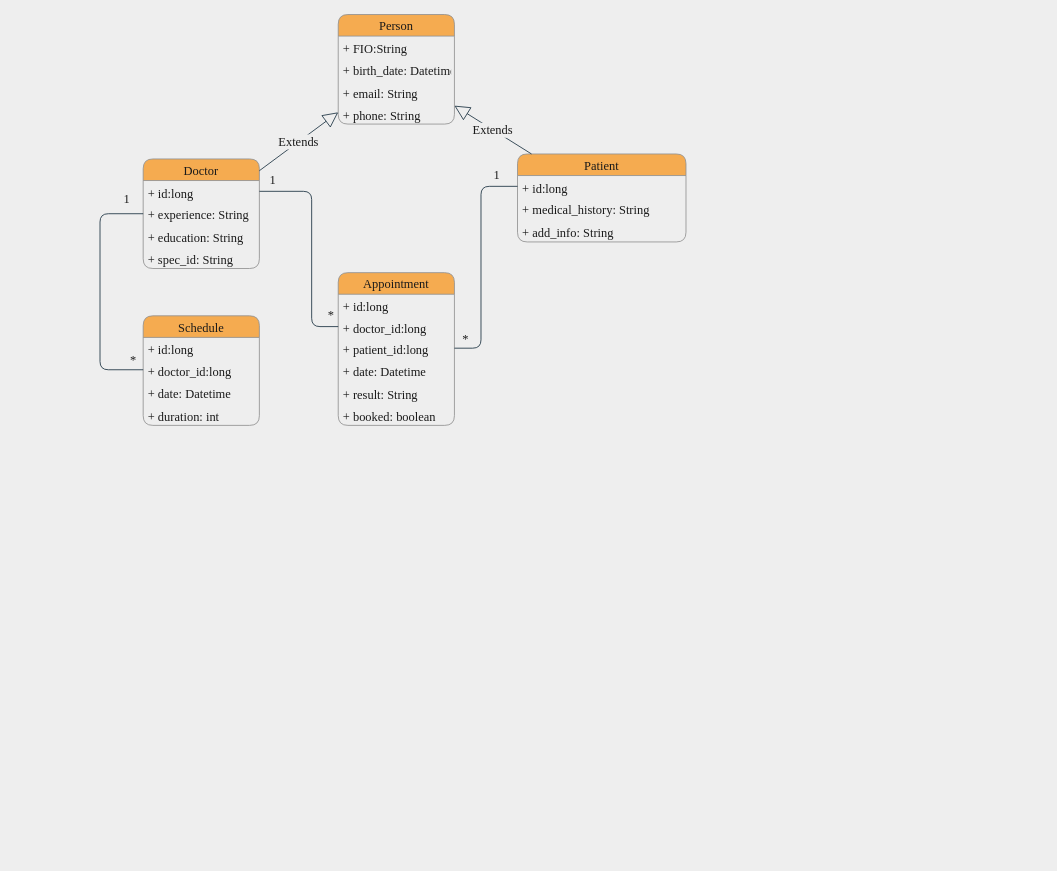
The draw.io diagram data/Diagram.drawio in dima111111/InterSystemsProject, before the edit. Source tidied: cells renumbered, new cells numbered last; positions are measured from the earlier drawing's top-left corner, leaving out a move shared by most shapes. Both pictures are drawn from the tidied source at 83%, with x=0, y=0 at pixel (100, 14).
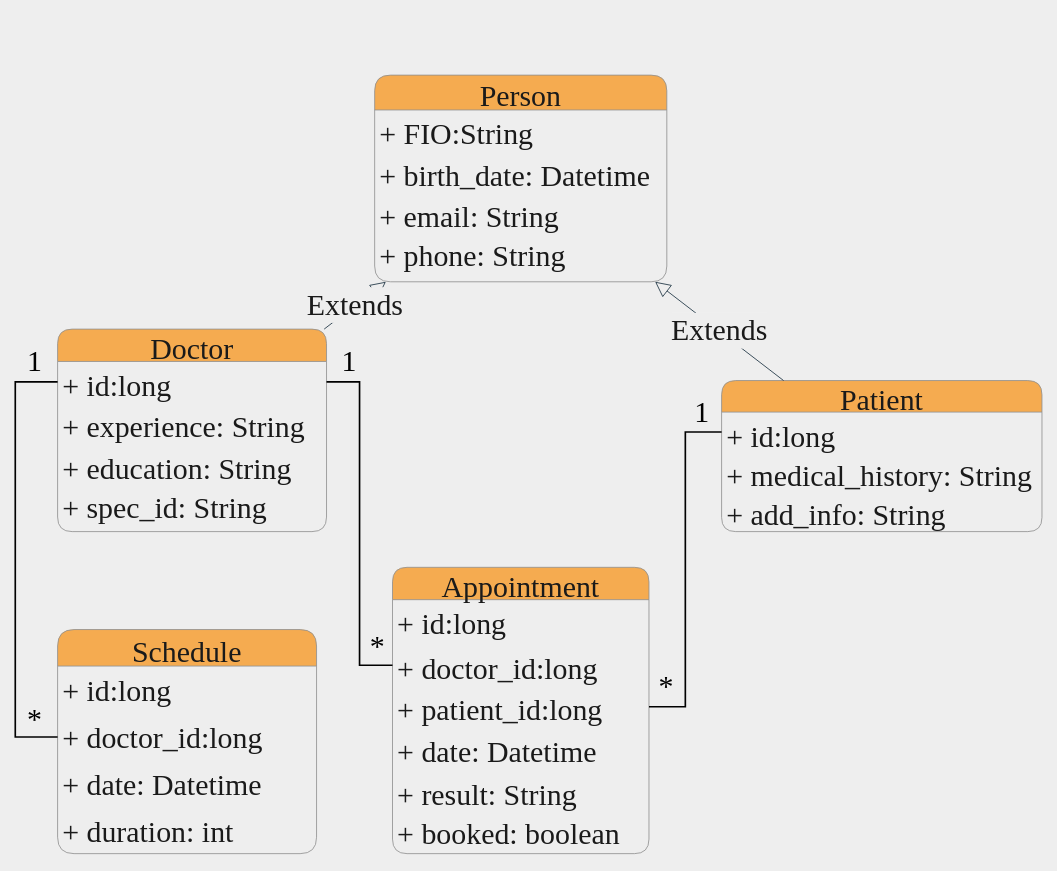
Above is the later version.

Commit message:
Update font & size of diagram

What changed in the source:
```diff
@@
-    <mxCell id="2" value="Person" style="swimlane;fontStyle=0;horizontal=1;startSize=26;fillColor=#F5AB50;strokeColor=#909090;fontColor=#1A1A1A;rounded=1;fontFamily=Times New Roman;fontSize=15;" parent="1" vertex="1">
-      <mxGeometry x="287" width="140" height="132" as="geometry" />
+    <mxCell id="2" value="Person" style="swimlane;fontStyle=0;horizontal=1;startSize=42;fillColor=#F5AB50;strokeColor=#909090;fontColor=#1A1A1A;rounded=1;fontFamily=Times New Roman;fontSize=36;" parent="1" vertex="1">
+      <mxGeometry x="330.9" y="73" width="352" height="249" as="geometry" />
     </mxCell>
-    <mxCell id="3" value="+ FIO:String" style="text;strokeColor=none;fillColor=none;align=left;verticalAlign=top;spacingLeft=4;spacingRight=4;overflow=hidden;fontColor=#1A1A1A;rounded=1;fontFamily=Times New Roman;fontSize=15;" parent="2" vertex="1">
-      <mxGeometry y="26" width="140" height="26" as="geometry" />
+    <mxCell id="3" value="+ FIO:String" style="text;strokeColor=none;fillColor=none;align=left;verticalAlign=top;spacingLeft=4;spacingRight=4;overflow=hidden;fontColor=#1A1A1A;rounded=1;fontFamily=Times New Roman;fontSize=36;" parent="2" vertex="1">
+      <mxGeometry y="42" width="352" height="50" as="geometry" />
     </mxCell>
-    <mxCell id="4" value="+ birth_date: Datetime" style="text;strokeColor=none;fillColor=none;align=left;verticalAlign=top;spacingLeft=4;spacingRight=4;overflow=hidden;fontColor=#1A1A1A;rounded=1;fontFamily=Times New Roman;fontSize=15;" parent="2" vertex="1">
-      <mxGeometry y="52" width="140" height="28" as="geometry" />
+    <mxCell id="4" value="+ birth_date: Datetime" style="text;strokeColor=none;fillColor=none;align=left;verticalAlign=top;spacingLeft=4;spacingRight=4;overflow=hidden;fontColor=#1A1A1A;rounded=1;fontFamily=Times New Roman;fontSize=36;" parent="2" vertex="1">
+      <mxGeometry y="92" width="352" height="49" as="geometry" />
     </mxCell>
-    <mxCell id="5" value="+ email: String" style="text;strokeColor=none;fillColor=none;align=left;verticalAlign=top;spacingLeft=4;spacingRight=4;overflow=hidden;fontColor=#1A1A1A;rounded=1;fontFamily=Times New Roman;fontSize=15;" parent="2" vertex="1">
-      <mxGeometry y="80" width="140" height="26" as="geometry" />
+    <mxCell id="5" value="+ email: String" style="text;strokeColor=none;fillColor=none;align=left;verticalAlign=top;spacingLeft=4;spacingRight=4;overflow=hidden;fontColor=#1A1A1A;rounded=1;fontFamily=Times New Roman;fontSize=36;" parent="2" vertex="1">
+      <mxGeometry y="141" width="352" height="48" as="geometry" />
     </mxCell>
-    <mxCell id="6" value="+ phone: String" style="text;strokeColor=none;fillColor=none;align=left;verticalAlign=top;spacingLeft=4;spacingRight=4;overflow=hidden;fontColor=#1A1A1A;rounded=1;fontFamily=Times New Roman;fontSize=15;" parent="2" vertex="1">
-      <mxGeometry y="106" width="140" height="26" as="geometry" />
+    <mxCell id="6" value="+ phone: String" style="text;strokeColor=none;fillColor=none;align=left;verticalAlign=top;spacingLeft=4;spacingRight=4;overflow=hidden;fontColor=#1A1A1A;rounded=1;fontFamily=Times New Roman;fontSize=36;" parent="2" vertex="1">
+      <mxGeometry y="189" width="352" height="60" as="geometry" />
     </mxCell>
-    <mxCell id="7" value="Doctor" style="swimlane;fontStyle=0;horizontal=1;startSize=26;fillColor=#F5AB50;strokeColor=#909090;fontColor=#1A1A1A;rounded=1;fontFamily=Times New Roman;fontSize=15;" parent="1" vertex="1">
-      <mxGeometry x="52" y="174" width="140" height="132" as="geometry" />
+    <mxCell id="7" value="Doctor" style="swimlane;fontStyle=0;horizontal=1;startSize=39;fillColor=#F5AB50;strokeColor=#909090;fontColor=#1A1A1A;rounded=1;fontFamily=Times New Roman;fontSize=36;" parent="1" vertex="1">
+      <mxGeometry x="-51.1" y="379" width="324" height="244" as="geometry" />
     </mxCell>
-    <mxCell id="8" value="+ id:long" style="text;strokeColor=none;fillColor=none;align=left;verticalAlign=top;spacingLeft=4;spacingRight=4;overflow=hidden;points=[[0,0.5],[1,0.5]];portConstraint=eastwest;fontColor=#1A1A1A;rounded=1;fontFamily=Times New Roman;fontSize=15;" parent="7" vertex="1">
-      <mxGeometry y="26" width="140" height="26" as="geometry" />
+    <mxCell id="8" value="+ id:long" style="text;strokeColor=none;fillColor=none;align=left;verticalAlign=top;spacingLeft=4;spacingRight=4;overflow=hidden;points=[[0,0.5],[1,0.5]];portConstraint=eastwest;fontColor=#1A1A1A;rounded=1;fontFamily=Times New Roman;fontSize=36;" parent="7" vertex="1">
+      <mxGeometry y="39" width="324" height="49" as="geometry" />
     </mxCell>
-    <mxCell id="9" value="+ experience: String" style="text;strokeColor=none;fillColor=none;align=left;verticalAlign=top;spacingLeft=4;spacingRight=4;overflow=hidden;points=[[0,0.5],[1,0.5]];portConstraint=eastwest;fontColor=#1A1A1A;rounded=1;fontFamily=Times New Roman;fontSize=15;" parent="7" vertex="1">
-      <mxGeometry y="52" width="140" height="28" as="geometry" />
+    <mxCell id="9" value="+ experience: String" style="text;strokeColor=none;fillColor=none;align=left;verticalAlign=top;spacingLeft=4;spacingRight=4;overflow=hidden;points=[[0,0.5],[1,0.5]];portConstraint=eastwest;fontColor=#1A1A1A;rounded=1;fontFamily=Times New Roman;fontSize=36;" parent="7" vertex="1">
+      <mxGeometry y="88" width="324" height="51" as="geometry" />
     </mxCell>
-    <mxCell id="10" value="+ education: String" style="text;strokeColor=none;fillColor=none;align=left;verticalAlign=top;spacingLeft=4;spacingRight=4;overflow=hidden;fontColor=#1A1A1A;rounded=1;fontFamily=Times New Roman;fontSize=15;" parent="7" vertex="1">
-      <mxGeometry y="80" width="140" height="26" as="geometry" />
+    <mxCell id="10" value="+ education: String" style="text;strokeColor=none;fillColor=none;align=left;verticalAlign=top;spacingLeft=4;spacingRight=4;overflow=hidden;fontColor=#1A1A1A;rounded=1;fontFamily=Times New Roman;fontSize=36;" parent="7" vertex="1">
+      <mxGeometry y="139" width="324" height="47" as="geometry" />
     </mxCell>
-    <mxCell id="11" value="+ spec_id: String" style="text;strokeColor=none;fillColor=none;align=left;verticalAlign=top;spacingLeft=4;spacingRight=4;overflow=hidden;fontColor=#1A1A1A;rounded=1;fontFamily=Times New Roman;fontSize=15;" parent="7" vertex="1">
-      <mxGeometry y="106" width="140" height="26" as="geometry" />
+    <mxCell id="11" value="+ spec_id: String" style="text;strokeColor=none;fillColor=none;align=left;verticalAlign=top;spacingLeft=4;spacingRight=4;overflow=hidden;fontColor=#1A1A1A;rounded=1;fontFamily=Times New Roman;fontSize=36;" parent="7" vertex="1">
+      <mxGeometry y="186" width="324" height="58" as="geometry" />
     </mxCell>
-    <mxCell id="12" value="Patient" style="swimlane;fontStyle=0;horizontal=1;startSize=26;fillColor=#F5AB50;strokeColor=#909090;fontColor=#1A1A1A;rounded=1;fontFamily=Times New Roman;fontSize=15;" parent="1" vertex="1">
-      <mxGeometry x="503" y="168" width="203" height="106" as="geometry" />
+    <mxCell id="12" value="Patient" style="swimlane;fontStyle=0;horizontal=1;startSize=38;fillColor=#F5AB50;strokeColor=#909090;fontColor=#1A1A1A;rounded=1;fontFamily=Times New Roman;fontSize=36;" parent="1" vertex="1">
+      <mxGeometry x="748.9" y="441" width="386" height="182" as="geometry" />
     </mxCell>
-    <mxCell id="13" value="+ id:long" style="text;strokeColor=none;fillColor=none;align=left;verticalAlign=top;spacingLeft=4;spacingRight=4;overflow=hidden;points=[[0,0.5],[1,0.5]];portConstraint=eastwest;fontColor=#1A1A1A;rounded=1;fontFamily=Times New Roman;fontSize=15;" parent="12" vertex="1">
-      <mxGeometry y="26" width="203" height="26" as="geometry" />
+    <mxCell id="13" value="+ id:long" style="text;strokeColor=none;fillColor=none;align=left;verticalAlign=top;spacingLeft=4;spacingRight=4;overflow=hidden;points=[[0,0.5],[1,0.5]];portConstraint=eastwest;fontColor=#1A1A1A;rounded=1;fontFamily=Times New Roman;fontSize=36;" parent="12" vertex="1">
+      <mxGeometry y="38" width="386" height="48" as="geometry" />
     </mxCell>
-    <mxCell id="14" value="+ medical_history: String" style="text;strokeColor=none;fillColor=none;align=left;verticalAlign=top;spacingLeft=4;spacingRight=4;overflow=hidden;fontColor=#1A1A1A;rounded=1;fontFamily=Times New Roman;fontSize=15;" parent="12" vertex="1">
-      <mxGeometry y="52" width="203" height="28" as="geometry" />
+    <mxCell id="14" value="+ medical_history: String" style="text;strokeColor=none;fillColor=none;align=left;verticalAlign=top;spacingLeft=4;spacingRight=4;overflow=hidden;fontColor=#1A1A1A;rounded=1;fontFamily=Times New Roman;fontSize=36;" parent="12" vertex="1">
+      <mxGeometry y="86" width="386" height="47" as="geometry" />
     </mxCell>
-    <mxCell id="15" value="+ add_info: String" style="text;strokeColor=none;fillColor=none;align=left;verticalAlign=top;spacingLeft=4;spacingRight=4;overflow=hidden;fontColor=#1A1A1A;rounded=1;fontFamily=Times New Roman;fontSize=15;" parent="12" vertex="1">
-      <mxGeometry y="80" width="203" height="26" as="geometry" />
+    <mxCell id="15" value="+ add_info: String" style="text;strokeColor=none;fillColor=none;align=left;verticalAlign=top;spacingLeft=4;spacingRight=4;overflow=hidden;fontColor=#1A1A1A;rounded=1;fontFamily=Times New Roman;fontSize=36;" parent="12" vertex="1">
+      <mxGeometry y="133" width="386" height="49" as="geometry" />
     </mxCell>
-    <mxCell id="16" value="Extends" style="endArrow=block;endSize=16;endFill=0;html=1;strokeColor=#182E3E;fontColor=#1A1A1A;labelBackgroundColor=#EEEEEE;fontFamily=Times New Roman;fontSize=15;" parent="1" edge="1" source="12" target="2">
+    <mxCell id="16" value="Extends" style="endArrow=block;endSize=16;endFill=0;html=1;strokeColor=#182E3E;fontColor=#1A1A1A;labelBackgroundColor=#EEEEEE;fontFamily=Times New Roman;fontSize=36;" parent="1" edge="1" source="12" target="2">
       <mxGeometry relative="1" as="geometry" />
     </mxCell>
-    <mxCell id="17" value="Extends" style="endArrow=block;endSize=16;endFill=0;html=1;strokeColor=#182E3E;fontColor=#1A1A1A;labelBackgroundColor=#EEEEEE;fontFamily=Times New Roman;fontSize=15;" parent="1" edge="1" source="7" target="2">
+    <mxCell id="17" value="Extends" style="endArrow=block;endSize=16;endFill=0;html=1;strokeColor=#182E3E;fontColor=#1A1A1A;labelBackgroundColor=#EEEEEE;fontFamily=Times New Roman;fontSize=36;" parent="1" edge="1" source="7" target="2">
       <mxGeometry relative="1" as="geometry" />
     </mxCell>
-    <mxCell id="18" value="Schedule" style="swimlane;fontStyle=0;horizontal=1;startSize=26;fillColor=#F5AB50;strokeColor=#909090;fontColor=#1A1A1A;rounded=1;fontFamily=Times New Roman;fontSize=15;" parent="1" vertex="1">
-      <mxGeometry x="52" y="363" width="140" height="132" as="geometry" />
+    <mxCell id="18" value="Schedule" style="swimlane;fontStyle=0;horizontal=1;startSize=44;fillColor=#F5AB50;strokeColor=#909090;fontColor=#1A1A1A;rounded=1;fontFamily=Times New Roman;fontSize=36;" parent="1" vertex="1">
+      <mxGeometry x="-51.1" y="741" width="312" height="270" as="geometry" />
     </mxCell>
-    <mxCell id="19" value="+ id:long" style="text;strokeColor=none;fillColor=none;align=left;verticalAlign=top;spacingLeft=4;spacingRight=4;overflow=hidden;fontColor=#1A1A1A;rounded=1;fontFamily=Times New Roman;fontSize=15;" parent="18" vertex="1">
-      <mxGeometry y="26" width="140" height="26" as="geometry" />
+    <mxCell id="19" value="+ id:long" style="text;strokeColor=none;fillColor=none;align=left;verticalAlign=top;spacingLeft=4;spacingRight=4;overflow=hidden;fontColor=#1A1A1A;rounded=1;fontFamily=Times New Roman;fontSize=36;" parent="18" vertex="1">
+      <mxGeometry y="44" width="312" height="57" as="geometry" />
     </mxCell>
-    <mxCell id="20" value="+ doctor_id:long" style="text;strokeColor=none;fillColor=none;align=left;verticalAlign=top;spacingLeft=4;spacingRight=4;overflow=hidden;points=[[0,0.5],[1,0.5]];portConstraint=eastwest;fontColor=#1A1A1A;rounded=1;fontFamily=Times New Roman;fontSize=15;" parent="18" vertex="1">
-      <mxGeometry y="52" width="140" height="26" as="geometry" />
+    <mxCell id="20" value="+ doctor_id:long" style="text;strokeColor=none;fillColor=none;align=left;verticalAlign=top;spacingLeft=4;spacingRight=4;overflow=hidden;points=[[0,0.5],[1,0.5]];portConstraint=eastwest;fontColor=#1A1A1A;rounded=1;fontFamily=Times New Roman;fontSize=36;" parent="18" vertex="1">
+      <mxGeometry y="101" width="312" height="57" as="geometry" />
     </mxCell>
-    <mxCell id="21" value="+ date: Datetime" style="text;strokeColor=none;fillColor=none;align=left;verticalAlign=top;spacingLeft=4;spacingRight=4;overflow=hidden;fontColor=#1A1A1A;rounded=1;fontFamily=Times New Roman;fontSize=15;" parent="18" vertex="1">
-      <mxGeometry y="78" width="140" height="28" as="geometry" />
+    <mxCell id="21" value="+ date: Datetime" style="text;strokeColor=none;fillColor=none;align=left;verticalAlign=top;spacingLeft=4;spacingRight=4;overflow=hidden;fontColor=#1A1A1A;rounded=1;fontFamily=Times New Roman;fontSize=36;" parent="18" vertex="1">
+      <mxGeometry y="158" width="312" height="57" as="geometry" />
     </mxCell>
-    <mxCell id="22" value="+ duration: int" style="text;strokeColor=none;fillColor=none;align=left;verticalAlign=top;spacingLeft=4;spacingRight=4;overflow=hidden;fontColor=#1A1A1A;rounded=1;fontFamily=Times New Roman;fontSize=15;" parent="18" vertex="1">
-      <mxGeometry y="106" width="140" height="26" as="geometry" />
+    <mxCell id="22" value="+ duration: int" style="text;strokeColor=none;fillColor=none;align=left;verticalAlign=top;spacingLeft=4;spacingRight=4;overflow=hidden;fontColor=#1A1A1A;rounded=1;fontFamily=Times New Roman;fontSize=36;" parent="18" vertex="1">
+      <mxGeometry y="215" width="312" height="55" as="geometry" />
     </mxCell>
-    <mxCell id="23" value="Appointment" style="swimlane;fontStyle=0;horizontal=1;startSize=26;fillColor=#F5AB50;strokeColor=#909090;fontColor=#1A1A1A;rounded=1;fontFamily=Times New Roman;fontSize=15;" parent="1" vertex="1">
-      <mxGeometry x="287" y="311" width="140" height="184" as="geometry" />
+    <mxCell id="23" value="Appointment" style="swimlane;fontStyle=0;horizontal=1;startSize=39;fillColor=#F5AB50;strokeColor=#909090;fontColor=#1A1A1A;rounded=1;fontFamily=Times New Roman;fontSize=36;" parent="1" vertex="1">
+      <mxGeometry x="352.4" y="666" width="309" height="345" as="geometry" />
     </mxCell>
-    <mxCell id="24" value="+ id:long" style="text;strokeColor=none;fillColor=none;align=left;verticalAlign=top;spacingLeft=4;spacingRight=4;overflow=hidden;fontColor=#1A1A1A;rounded=1;fontFamily=Times New Roman;fontSize=15;" parent="23" vertex="1">
-      <mxGeometry y="26" width="140" height="26" as="geometry" />
+    <mxCell id="24" value="+ id:long" style="text;strokeColor=none;fillColor=none;align=left;verticalAlign=top;spacingLeft=4;spacingRight=4;overflow=hidden;fontColor=#1A1A1A;rounded=1;fontFamily=Times New Roman;fontSize=36;" parent="23" vertex="1">
+      <mxGeometry y="39" width="309" height="54" as="geometry" />
     </mxCell>
-    <mxCell id="25" value="+ doctor_id:long" style="text;strokeColor=none;fillColor=none;align=left;verticalAlign=top;spacingLeft=4;spacingRight=4;overflow=hidden;points=[[0,0.5],[1,0.5]];portConstraint=eastwest;fontColor=#1A1A1A;rounded=1;fontFamily=Times New Roman;fontSize=15;" parent="23" vertex="1">
-      <mxGeometry y="52" width="140" height="26" as="geometry" />
+    <mxCell id="25" value="+ doctor_id:long" style="text;strokeColor=none;fillColor=none;align=left;verticalAlign=top;spacingLeft=4;spacingRight=4;overflow=hidden;points=[[0,0.5],[1,0.5]];portConstraint=eastwest;fontColor=#1A1A1A;rounded=1;fontFamily=Times New Roman;fontSize=36;" parent="23" vertex="1">
+      <mxGeometry y="93" width="309" height="50" as="geometry" />
     </mxCell>
-    <mxCell id="26" value="+ patient_id:long" style="text;strokeColor=none;fillColor=none;align=left;verticalAlign=top;spacingLeft=4;spacingRight=4;overflow=hidden;points=[[0,0.5],[1,0.5]];portConstraint=eastwest;fontColor=#1A1A1A;rounded=1;fontFamily=Times New Roman;fontSize=15;" parent="23" vertex="1">
-      <mxGeometry y="78" width="140" height="26" as="geometry" />
+    <mxCell id="26" value="+ patient_id:long" style="text;strokeColor=none;fillColor=none;align=left;verticalAlign=top;spacingLeft=4;spacingRight=4;overflow=hidden;points=[[0,0.5],[1,0.5]];portConstraint=eastwest;fontColor=#1A1A1A;rounded=1;fontFamily=Times New Roman;fontSize=36;" parent="23" vertex="1">
+      <mxGeometry y="143" width="309" height="50" as="geometry" />
     </mxCell>
-    <mxCell id="27" value="+ date: Datetime" style="text;strokeColor=none;fillColor=none;align=left;verticalAlign=top;spacingLeft=4;spacingRight=4;overflow=hidden;fontColor=#1A1A1A;rounded=1;fontFamily=Times New Roman;fontSize=15;" parent="23" vertex="1">
-      <mxGeometry y="104" width="140" height="28" as="geometry" />
+    <mxCell id="27" value="+ date: Datetime" style="text;strokeColor=none;fillColor=none;align=left;verticalAlign=top;spacingLeft=4;spacingRight=4;overflow=hidden;fontColor=#1A1A1A;rounded=1;fontFamily=Times New Roman;fontSize=36;" parent="23" vertex="1">
+      <mxGeometry y="193" width="309" height="52" as="geometry" />
     </mxCell>
-    <mxCell id="28" value="+ result: String&#10;" style="text;strokeColor=none;fillColor=none;align=left;verticalAlign=top;spacingLeft=4;spacingRight=4;overflow=hidden;fontColor=#1A1A1A;rounded=1;fontFamily=Times New Roman;fontSize=15;" parent="23" vertex="1">
-      <mxGeometry y="132" width="140" height="26" as="geometry" />
+    <mxCell id="28" value="+ result: String&#10;" style="text;strokeColor=none;fillColor=none;align=left;verticalAlign=top;spacingLeft=4;spacingRight=4;overflow=hidden;fontColor=#1A1A1A;rounded=1;fontFamily=Times New Roman;fontSize=36;" parent="23" vertex="1">
+      <mxGeometry y="245" width="309" height="47" as="geometry" />
     </mxCell>
-    <mxCell id="29" value="+ booked: boolean&#10;" style="text;strokeColor=none;fillColor=none;align=left;verticalAlign=top;spacingLeft=4;spacingRight=4;overflow=hidden;fontColor=#1A1A1A;rounded=1;fontFamily=Times New Roman;fontSize=15;" parent="23" vertex="1">
-      <mxGeometry y="158" width="140" height="26" as="geometry" />
+    <mxCell id="29" value="+ booked: boolean&#10;" style="text;strokeColor=none;fillColor=none;align=left;verticalAlign=top;spacingLeft=4;spacingRight=4;overflow=hidden;fontColor=#1A1A1A;rounded=1;fontFamily=Times New Roman;fontSize=36;" parent="23" vertex="1">
+      <mxGeometry y="292" width="309" height="53" as="geometry" />
     </mxCell>
-    <mxCell id="30" style="endArrow=none;html=1;edgeStyle=orthogonalEdgeStyle;exitX=1;exitY=0.5;exitDx=0;exitDy=0;entryX=0;entryY=0.5;entryDx=0;entryDy=0;strokeColor=#182E3E;fontColor=#1A1A1A;labelBackgroundColor=#EEEEEE;fontFamily=Times New Roman;fontSize=15;" parent="1" edge="1" source="26" target="13">
-      <mxGeometry relative="1" as="geometry">
-        <Array as="points">
-          <mxPoint x="459" y="402" />
-          <mxPoint x="459" y="207" />
-        </Array>
-      </mxGeometry>
-    </mxCell>
-    <mxCell id="31" value="&lt;font style=&quot;font-size: 15px;&quot;&gt;*&lt;/font&gt;" style="edgeLabel;html=1;align=left;verticalAlign=bottom;fontColor=#1A1A1A;rounded=1;labelBackgroundColor=#EEEEEE;fontFamily=Times New Roman;fontSize=15;" parent="30" vertex="1">
-      <mxGeometry x="-1" relative="1" as="geometry">
-        <mxPoint x="8" y="-1" as="offset" />
-      </mxGeometry>
-    </mxCell>
-    <mxCell id="32" value="&lt;font style=&quot;font-size: 15px;&quot;&gt;1&lt;/font&gt;" style="edgeLabel;html=1;align=right;verticalAlign=bottom;fontColor=#1A1A1A;rounded=1;labelBackgroundColor=#EEEEEE;fontFamily=Times New Roman;fontSize=15;" parent="30" vertex="1">
-      <mxGeometry x="1" relative="1" as="geometry">
-        <mxPoint x="-20.7" y="-3" as="offset" />
-      </mxGeometry>
-    </mxCell>
-    <mxCell id="33" style="edgeStyle=orthogonalEdgeStyle;curved=0;rounded=1;sketch=0;jettySize=auto;html=1;strokeColor=#182E3E;fontColor=#1A1A1A;endArrow=none;endFill=0;fontFamily=Times New Roman;fontSize=15;entryX=0;entryY=0.5;entryDx=0;entryDy=0;" parent="1" edge="1" source="9" target="20">
-      <mxGeometry relative="1" as="geometry">
-        <Array as="points">
-          <mxPoint y="240" />
-          <mxPoint y="428" />
-        </Array>
-      </mxGeometry>
-    </mxCell>
-    <mxCell id="34" value="1" style="text;html=1;align=center;verticalAlign=middle;fontColor=#1A1A1A;fontFamily=Times New Roman;fontSize=15;" parent="1" vertex="1">
-      <mxGeometry x="23" y="210" width="18" height="22" as="geometry" />
-    </mxCell>
-    <mxCell id="35" value="*" style="text;html=1;align=center;verticalAlign=middle;fontColor=#1A1A1A;fontFamily=Times New Roman;fontSize=15;" parent="1" vertex="1">
-      <mxGeometry x="31" y="405" width="18" height="22" as="geometry" />
-    </mxCell>
+    <mxCell id="39" style="edgeStyle=orthogonalEdgeStyle;rounded=0;jettySize=auto;html=1;strokeWidth=2;strokeColor=#000000;entryX=1;entryY=0.5;entryDx=0;entryDy=0;endArrow=none;endFill=0;targetPerimeterSpacing=0;" parent="1" edge="1" source="13" target="26">
+      <mxGeometry relative="1" as="geometry" />
+    </mxCell>
-    <mxCell id="36" style="edgeStyle=orthogonalEdgeStyle;curved=0;rounded=1;sketch=0;jettySize=auto;html=1;entryX=0;entryY=0.5;entryDx=0;entryDy=0;endArrow=none;endFill=0;strokeColor=#182E3E;fontFamily=Times New Roman;fontSize=15;fontColor=#1A1A1A;" parent="1" edge="1" source="8" target="25">
-      <mxGeometry relative="1" as="geometry">
-        <Array as="points">
-          <mxPoint x="255" y="213" />
-          <mxPoint x="255" y="376" />
-        </Array>
-      </mxGeometry>
+    <mxCell id="36" style="edgeStyle=orthogonalEdgeStyle;rounded=0;jettySize=auto;html=1;entryX=0;entryY=0.5;entryDx=0;entryDy=0;endArrow=none;endFill=0;targetPerimeterSpacing=0;strokeColor=#000000;strokeWidth=2;" parent="1" edge="1" source="8" target="25">
+      <mxGeometry relative="1" as="geometry" />
     </mxCell>
-    <mxCell id="37" value="1" style="text;html=1;align=center;verticalAlign=middle;fontSize=15;fontFamily=Times New Roman;fontColor=#1A1A1A;" parent="1" vertex="1">
-      <mxGeometry x="199" y="188" width="18" height="22" as="geometry" />
-    </mxCell>
-    <mxCell id="38" value="*" style="text;html=1;align=center;verticalAlign=middle;fontSize=15;fontFamily=Times New Roman;fontColor=#1A1A1A;" parent="1" vertex="1">
-      <mxGeometry x="269" y="350" width="18" height="22" as="geometry" />
-    </mxCell>
+    <mxCell id="40" style="edgeStyle=orthogonalEdgeStyle;rounded=0;jettySize=auto;html=1;entryX=0;entryY=0.5;entryDx=0;entryDy=0;endArrow=none;endFill=0;targetPerimeterSpacing=0;strokeColor=#000000;strokeWidth=2;" parent="1" edge="1" source="8" target="20">
+      <mxGeometry relative="1" as="geometry">
+        <Array as="points">
+          <mxPoint x="-102.1" y="443" />
+          <mxPoint x="-102.1" y="871" />
+        </Array>
+      </mxGeometry>
+    </mxCell>
+    <mxCell id="41" value="1" style="text;html=1;align=center;verticalAlign=middle;fontColor=#000000;fontFamily=Times New Roman;fontSize=36;" parent="1" vertex="1">
+      <mxGeometry x="286" y="395" width="28" height="46" as="geometry" />
+    </mxCell>
+    <mxCell id="42" value="1" style="text;html=1;align=center;verticalAlign=middle;fontColor=#000000;fontFamily=Times New Roman;fontSize=36;" parent="1" vertex="1">
+      <mxGeometry x="711" y="457" width="28" height="46" as="geometry" />
+    </mxCell>
+    <mxCell id="43" value="1" style="text;html=1;align=center;verticalAlign=middle;fontColor=#000000;fontFamily=Times New Roman;fontSize=36;" parent="1" vertex="1">
+      <mxGeometry x="-93" y="395" width="28" height="46" as="geometry" />
+    </mxCell>
+    <mxCell id="44" value="*" style="text;html=1;align=center;verticalAlign=middle;fontSize=36;fontFamily=Times New Roman;fontColor=#000000;" parent="1" vertex="1">
+      <mxGeometry x="320" y="738" width="28" height="46" as="geometry" />
+    </mxCell>
+    <mxCell id="45" value="*" style="text;html=1;align=center;verticalAlign=middle;fontSize=36;fontFamily=Times New Roman;fontColor=#000000;" parent="1" vertex="1">
+      <mxGeometry x="-93" y="826" width="28" height="46" as="geometry" />
+    </mxCell>
+    <mxCell id="46" value="*" style="text;html=1;align=center;verticalAlign=middle;fontSize=36;fontFamily=Times New Roman;fontColor=#000000;" parent="1" vertex="1">
+      <mxGeometry x="668" y="787" width="28" height="46" as="geometry" />
+    </mxCell>
```
